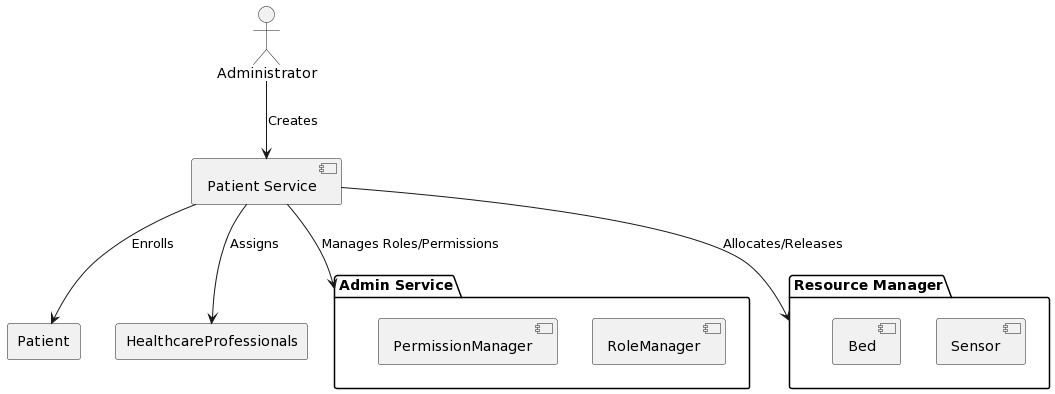
FlynnMa/MonitorMe_KatasSigmaConnectivity keeps this PlantUML diagram as img/HighlevelUseCaseAdmin.png. Above is the earlier version.
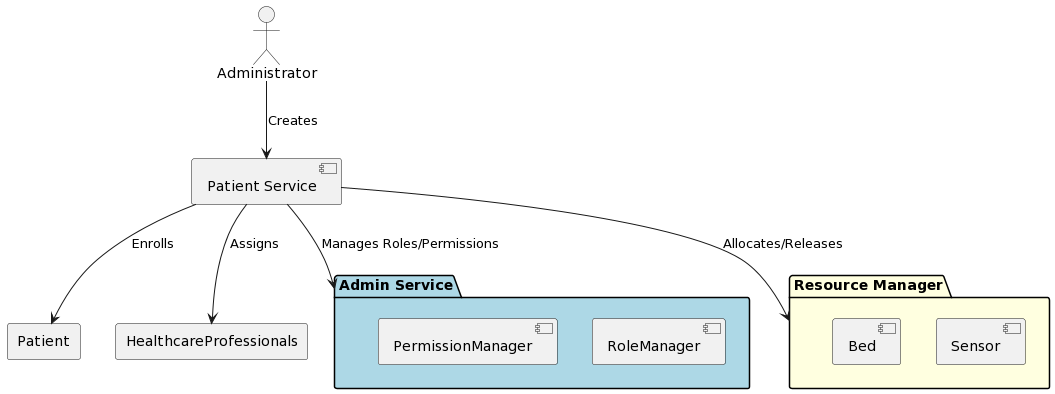
The same diagram one commit later.

Commit message:
update color drawing of HighlevelUseCaseAdmin.png

Diff of the diagram source:
```diff
@@ -1,9 +1,9 @@
 @startuml
-package "Admin Service" {
+package "Admin Service" #LightBlue {
   [RoleManager]
   [PermissionManager]
 }
-package "Resource Manager" {
+package "Resource Manager" #LightYellow {
   [Sensor]
   [Bed]
 }
```
